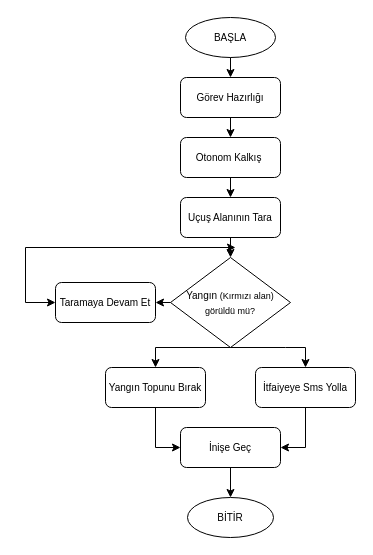
Above: Untitled Diagram.drawio in kubraturkoglu/Patika (draw.io), before the change. Source tidied: cells renumbered, new cells numbered last; positions are measured from the earlier drawing's top-left corner, leaving out a move shared by most shapes. Both pictures are drawn from the tidied source at 100%, with x=0, y=0 at pixel (25, 17).
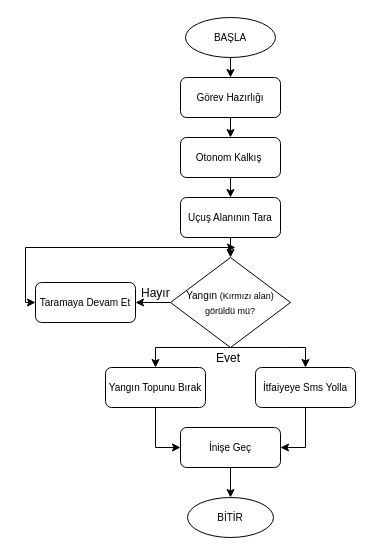
The same diagram, later.

Diff of the diagram source:
```diff
@@
     <mxCell id="8" value="&lt;font style=&quot;font-size: 10px&quot;&gt;Taramaya Devam Et&lt;/font&gt;" style="rounded=1;whiteSpace=wrap;html=1;" parent="1" vertex="1">
-      <mxGeometry x="30" y="265" width="100" height="40" as="geometry" />
+      <mxGeometry x="10" y="265" width="100" height="40" as="geometry" />
     </mxCell>
@@
+    <mxCell id="23" value="Hayır" style="text;strokeColor=none;fillColor=none;align=left;verticalAlign=middle;spacingLeft=4;spacingRight=4;overflow=hidden;" parent="1" vertex="1">
+      <mxGeometry x="110" y="260" width="80" height="30" as="geometry" />
+    </mxCell>
+    <mxCell id="24" value="Evet" style="text;strokeColor=none;fillColor=none;align=left;verticalAlign=middle;spacingLeft=4;spacingRight=4;overflow=hidden;" parent="1" vertex="1">
+      <mxGeometry x="185" y="330" width="40" height="20" as="geometry" />
+    </mxCell>
```
